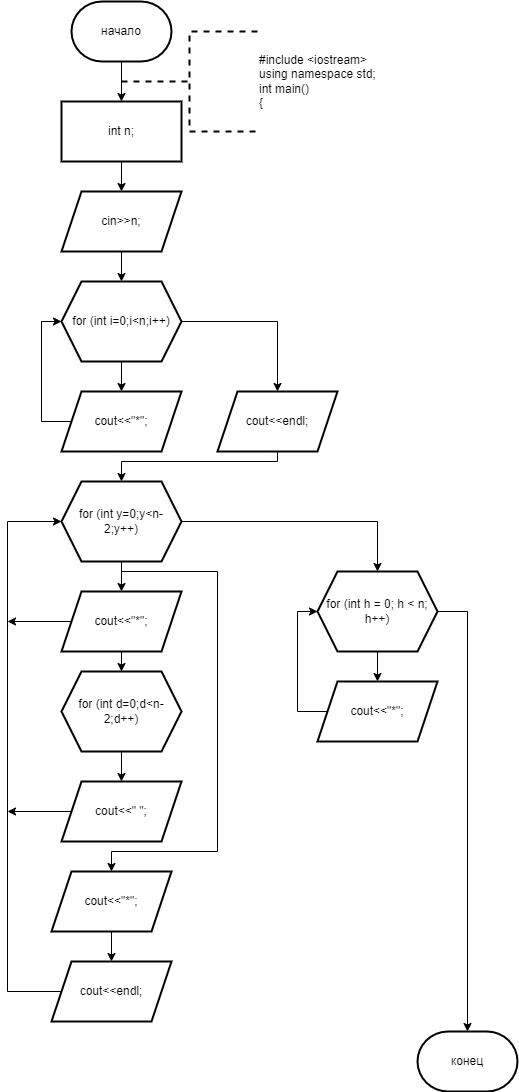
Above: 2_7_3.drawio.png in ksinph/PSTU_LABS_2023 (draw.io), before the change. Source tidied: cells renumbered, new cells last; positions are measured from the earlier drawing's top-left corner, leaving out a move shared by most shapes. The source it was exported from:
```xml
<mxGraphModel>
  <root>
    <mxCell id="0" />
    <mxCell id="1" parent="0" />
    <mxCell id="2" style="edgeStyle=orthogonalEdgeStyle;rounded=0;jettySize=auto;html=1;" parent="1" edge="1" source="3" target="5">
      <mxGeometry relative="1" as="geometry" />
    </mxCell>
    <mxCell id="3" value="начало" style="strokeWidth=2;html=1;shape=mxgraph.flowchart.terminator;whiteSpace=wrap;" parent="1" vertex="1">
      <mxGeometry x="64" width="100" height="60" as="geometry" />
    </mxCell>
    <mxCell id="4" style="edgeStyle=orthogonalEdgeStyle;rounded=0;jettySize=auto;html=1;" parent="1" edge="1" source="5" target="7">
      <mxGeometry relative="1" as="geometry" />
    </mxCell>
    <mxCell id="5" value="int n;" style="whiteSpace=wrap;html=1;strokeWidth=2;" parent="1" vertex="1">
      <mxGeometry x="54" y="100" width="120" height="60" as="geometry" />
    </mxCell>
    <mxCell id="6" style="edgeStyle=orthogonalEdgeStyle;rounded=0;jettySize=auto;html=1;" parent="1" edge="1" source="7" target="10">
      <mxGeometry relative="1" as="geometry" />
    </mxCell>
    <mxCell id="7" value="cin&amp;gt;&amp;gt;n;" style="shape=parallelogram;perimeter=parallelogramPerimeter;whiteSpace=wrap;html=1;fixedSize=1;strokeWidth=2;" parent="1" vertex="1">
      <mxGeometry x="54" y="190" width="120" height="60" as="geometry" />
    </mxCell>
    <mxCell id="8" style="edgeStyle=orthogonalEdgeStyle;rounded=0;jettySize=auto;html=1;" parent="1" edge="1" source="10" target="12">
      <mxGeometry relative="1" as="geometry" />
    </mxCell>
    <mxCell id="9" style="edgeStyle=orthogonalEdgeStyle;rounded=0;jettySize=auto;html=1;" parent="1" edge="1" source="10" target="14">
      <mxGeometry relative="1" as="geometry" />
    </mxCell>
    <mxCell id="10" value="for (int i=0;i&amp;lt;n;i++)" style="shape=hexagon;perimeter=hexagonPerimeter2;whiteSpace=wrap;html=1;fixedSize=1;strokeWidth=2;" parent="1" vertex="1">
      <mxGeometry x="54" y="280" width="120" height="80" as="geometry" />
    </mxCell>
    <mxCell id="11" style="edgeStyle=orthogonalEdgeStyle;rounded=0;jettySize=auto;html=1;exitX=0;exitY=0.5;exitDx=0;exitDy=0;entryX=0;entryY=0.5;entryDx=0;entryDy=0;" parent="1" edge="1" source="12" target="10">
      <mxGeometry relative="1" as="geometry">
        <Array as="points">
          <mxPoint x="34" y="420" />
          <mxPoint x="34" y="320" />
        </Array>
      </mxGeometry>
    </mxCell>
    <mxCell id="12" value="cout&amp;lt;&amp;lt;&quot;*&quot;;" style="shape=parallelogram;perimeter=parallelogramPerimeter;whiteSpace=wrap;html=1;fixedSize=1;strokeWidth=2;" parent="1" vertex="1">
      <mxGeometry x="54" y="390" width="120" height="60" as="geometry" />
    </mxCell>
    <mxCell id="13" style="edgeStyle=orthogonalEdgeStyle;rounded=0;jettySize=auto;html=1;" parent="1" edge="1" source="14" target="18">
      <mxGeometry relative="1" as="geometry">
        <Array as="points">
          <mxPoint x="270" y="460" />
          <mxPoint x="114" y="460" />
        </Array>
      </mxGeometry>
    </mxCell>
    <mxCell id="14" value="cout&amp;lt;&amp;lt;endl;" style="shape=parallelogram;perimeter=parallelogramPerimeter;whiteSpace=wrap;html=1;fixedSize=1;strokeWidth=2;" parent="1" vertex="1">
      <mxGeometry x="210" y="390" width="120" height="60" as="geometry" />
    </mxCell>
    <mxCell id="15" style="edgeStyle=orthogonalEdgeStyle;rounded=0;jettySize=auto;html=1;" parent="1" edge="1" source="18" target="21">
      <mxGeometry relative="1" as="geometry" />
    </mxCell>
    <mxCell id="16" style="edgeStyle=orthogonalEdgeStyle;rounded=0;jettySize=auto;html=1;exitX=0.5;exitY=1;exitDx=0;exitDy=0;entryX=0.5;entryY=0;entryDx=0;entryDy=0;" parent="1" edge="1" source="18" target="27">
      <mxGeometry relative="1" as="geometry">
        <Array as="points">
          <mxPoint x="114" y="570" />
          <mxPoint x="210" y="570" />
          <mxPoint x="210" y="850" />
          <mxPoint x="104" y="850" />
        </Array>
      </mxGeometry>
    </mxCell>
    <mxCell id="17" style="edgeStyle=orthogonalEdgeStyle;rounded=0;jettySize=auto;html=1;" parent="1" edge="1" source="18" target="31">
      <mxGeometry relative="1" as="geometry" />
    </mxCell>
    <mxCell id="18" value="for (int y=0;y&amp;lt;n-2;y++)" style="shape=hexagon;perimeter=hexagonPerimeter2;whiteSpace=wrap;html=1;fixedSize=1;strokeWidth=2;" parent="1" vertex="1">
      <mxGeometry x="54" y="480" width="120" height="80" as="geometry" />
    </mxCell>
    <mxCell id="19" style="edgeStyle=orthogonalEdgeStyle;rounded=0;jettySize=auto;html=1;" parent="1" edge="1" source="21" target="23">
      <mxGeometry relative="1" as="geometry" />
    </mxCell>
    <mxCell id="20" style="edgeStyle=orthogonalEdgeStyle;rounded=0;jettySize=auto;html=1;exitX=0;exitY=0.5;exitDx=0;exitDy=0;" parent="1" edge="1" source="21">
      <mxGeometry relative="1" as="geometry">
        <mxPoint y="620" as="targetPoint" />
      </mxGeometry>
    </mxCell>
    <mxCell id="21" value="cout&amp;lt;&amp;lt;&quot;*&quot;;" style="shape=parallelogram;perimeter=parallelogramPerimeter;whiteSpace=wrap;html=1;fixedSize=1;strokeWidth=2;" parent="1" vertex="1">
      <mxGeometry x="54" y="590" width="120" height="60" as="geometry" />
    </mxCell>
    <mxCell id="22" style="edgeStyle=orthogonalEdgeStyle;rounded=0;jettySize=auto;html=1;" parent="1" edge="1" source="23" target="25">
      <mxGeometry relative="1" as="geometry" />
    </mxCell>
    <mxCell id="23" value="for (int d=0;d&amp;lt;n-2;d++)" style="shape=hexagon;perimeter=hexagonPerimeter2;whiteSpace=wrap;html=1;fixedSize=1;strokeWidth=2;" parent="1" vertex="1">
      <mxGeometry x="54" y="670" width="120" height="80" as="geometry" />
    </mxCell>
    <mxCell id="24" style="edgeStyle=orthogonalEdgeStyle;rounded=0;jettySize=auto;html=1;exitX=0;exitY=0.5;exitDx=0;exitDy=0;" parent="1" edge="1" source="25">
      <mxGeometry relative="1" as="geometry">
        <mxPoint y="810" as="targetPoint" />
      </mxGeometry>
    </mxCell>
    <mxCell id="25" value="cout&amp;lt;&amp;lt;&quot; &quot;;" style="shape=parallelogram;perimeter=parallelogramPerimeter;whiteSpace=wrap;html=1;fixedSize=1;strokeWidth=2;" parent="1" vertex="1">
      <mxGeometry x="54" y="780" width="120" height="60" as="geometry" />
    </mxCell>
    <mxCell id="26" style="edgeStyle=orthogonalEdgeStyle;rounded=0;jettySize=auto;html=1;" parent="1" edge="1" source="27" target="29">
      <mxGeometry relative="1" as="geometry" />
    </mxCell>
    <mxCell id="27" value="cout&amp;lt;&amp;lt;&quot;*&quot;;" style="shape=parallelogram;perimeter=parallelogramPerimeter;whiteSpace=wrap;html=1;fixedSize=1;strokeWidth=2;" parent="1" vertex="1">
      <mxGeometry x="44" y="870" width="120" height="60" as="geometry" />
    </mxCell>
    <mxCell id="28" style="edgeStyle=orthogonalEdgeStyle;rounded=0;jettySize=auto;html=1;exitX=0;exitY=0.5;exitDx=0;exitDy=0;entryX=0;entryY=0.5;entryDx=0;entryDy=0;" parent="1" edge="1" source="29" target="18">
      <mxGeometry relative="1" as="geometry">
        <Array as="points">
          <mxPoint y="990" />
          <mxPoint y="520" />
        </Array>
      </mxGeometry>
    </mxCell>
    <mxCell id="29" value="cout&amp;lt;&amp;lt;endl;" style="shape=parallelogram;perimeter=parallelogramPerimeter;whiteSpace=wrap;html=1;fixedSize=1;strokeWidth=2;" parent="1" vertex="1">
      <mxGeometry x="44" y="960" width="120" height="60" as="geometry" />
    </mxCell>
    <mxCell id="30" style="edgeStyle=orthogonalEdgeStyle;rounded=0;jettySize=auto;html=1;" parent="1" edge="1" source="31" target="33">
      <mxGeometry relative="1" as="geometry" />
    </mxCell>
    <mxCell id="31" value="for (int h = 0; h &amp;lt; n; h++)" style="shape=hexagon;perimeter=hexagonPerimeter2;whiteSpace=wrap;html=1;fixedSize=1;strokeWidth=2;" parent="1" vertex="1">
      <mxGeometry x="310" y="570" width="120" height="80" as="geometry" />
    </mxCell>
    <mxCell id="32" style="edgeStyle=orthogonalEdgeStyle;rounded=0;jettySize=auto;html=1;exitX=0;exitY=0.5;exitDx=0;exitDy=0;entryX=0;entryY=0.5;entryDx=0;entryDy=0;" parent="1" edge="1" source="33" target="31">
      <mxGeometry relative="1" as="geometry">
        <Array as="points">
          <mxPoint x="290" y="710" />
          <mxPoint x="290" y="610" />
        </Array>
      </mxGeometry>
    </mxCell>
    <mxCell id="33" value="cout&amp;lt;&amp;lt;&quot;*&quot;;" style="shape=parallelogram;perimeter=parallelogramPerimeter;whiteSpace=wrap;html=1;fixedSize=1;strokeWidth=2;" parent="1" vertex="1">
      <mxGeometry x="310" y="680" width="120" height="60" as="geometry" />
    </mxCell>
    <mxCell id="34" value="конец" style="strokeWidth=2;html=1;shape=mxgraph.flowchart.terminator;whiteSpace=wrap;" parent="1" vertex="1">
      <mxGeometry x="410" y="1030" width="100" height="60" as="geometry" />
    </mxCell>
    <mxCell id="35" style="edgeStyle=orthogonalEdgeStyle;rounded=0;jettySize=auto;html=1;exitX=1;exitY=0.5;exitDx=0;exitDy=0;entryX=0.5;entryY=0;entryDx=0;entryDy=0;entryPerimeter=0;" parent="1" edge="1" source="31" target="34">
      <mxGeometry relative="1" as="geometry" />
    </mxCell>
    <mxCell id="36" value="&lt;div&gt;#include &amp;lt;iostream&amp;gt;&lt;/div&gt;&lt;div&gt;using namespace std;&lt;/div&gt;&lt;div&gt;int main()&lt;/div&gt;&lt;div&gt;{&lt;/div&gt;" style="strokeWidth=2;html=1;shape=mxgraph.flowchart.annotation_2;align=left;labelPosition=right;dashed=1;" parent="1" vertex="1">
      <mxGeometry x="114" y="30" width="136" height="100" as="geometry" />
    </mxCell>
  </root>
</mxGraphModel>
```
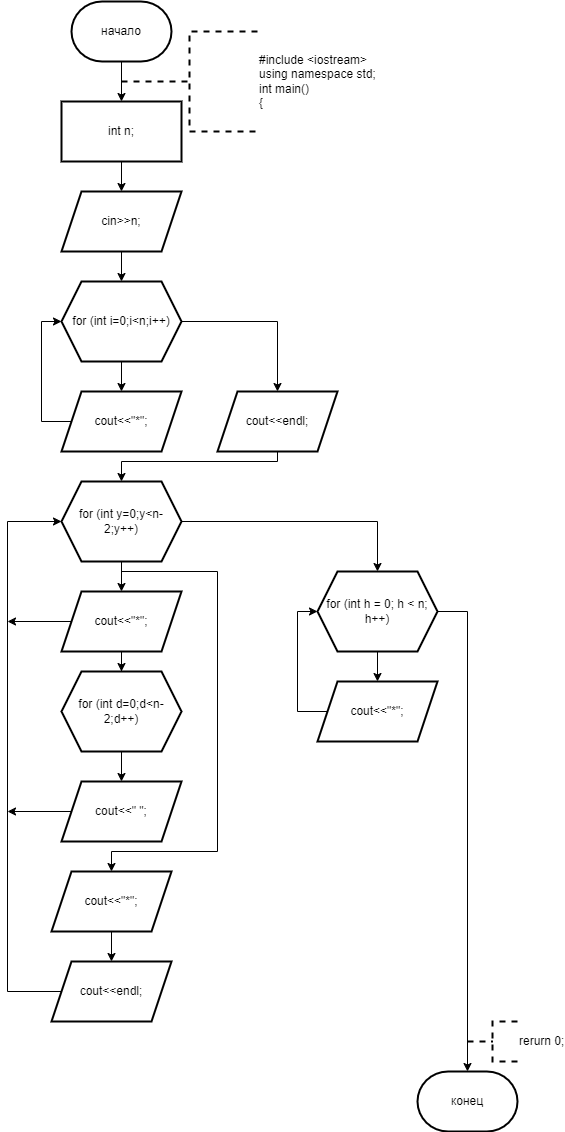
After the commit.

Diff of the diagram source:
```diff
@@ -130,7 +130,7 @@
       <mxGeometry x="310" y="680" width="120" height="60" as="geometry" />
     </mxCell>
     <mxCell id="34" value="конец" style="strokeWidth=2;html=1;shape=mxgraph.flowchart.terminator;whiteSpace=wrap;" parent="1" vertex="1">
-      <mxGeometry x="410" y="1030" width="100" height="60" as="geometry" />
+      <mxGeometry x="410" y="1070" width="100" height="60" as="geometry" />
     </mxCell>
     <mxCell id="35" style="edgeStyle=orthogonalEdgeStyle;rounded=0;jettySize=auto;html=1;exitX=1;exitY=0.5;exitDx=0;exitDy=0;entryX=0.5;entryY=0;entryDx=0;entryDy=0;entryPerimeter=0;" parent="1" edge="1" source="31" target="34">
       <mxGeometry relative="1" as="geometry" />
@@ -138,5 +138,8 @@
     <mxCell id="36" value="&lt;div&gt;#include &amp;lt;iostream&amp;gt;&lt;/div&gt;&lt;div&gt;using namespace std;&lt;/div&gt;&lt;div&gt;int main()&lt;/div&gt;&lt;div&gt;{&lt;/div&gt;" style="strokeWidth=2;html=1;shape=mxgraph.flowchart.annotation_2;align=left;labelPosition=right;dashed=1;" parent="1" vertex="1">
       <mxGeometry x="114" y="30" width="136" height="100" as="geometry" />
     </mxCell>
+    <mxCell id="37" value="rerurn 0;" style="strokeWidth=2;html=1;shape=mxgraph.flowchart.annotation_2;align=left;labelPosition=right;dashed=1;" parent="1" vertex="1">
+      <mxGeometry x="460" y="1020" width="50" height="40" as="geometry" />
+    </mxCell>
   </root>
 </mxGraphModel>
```
